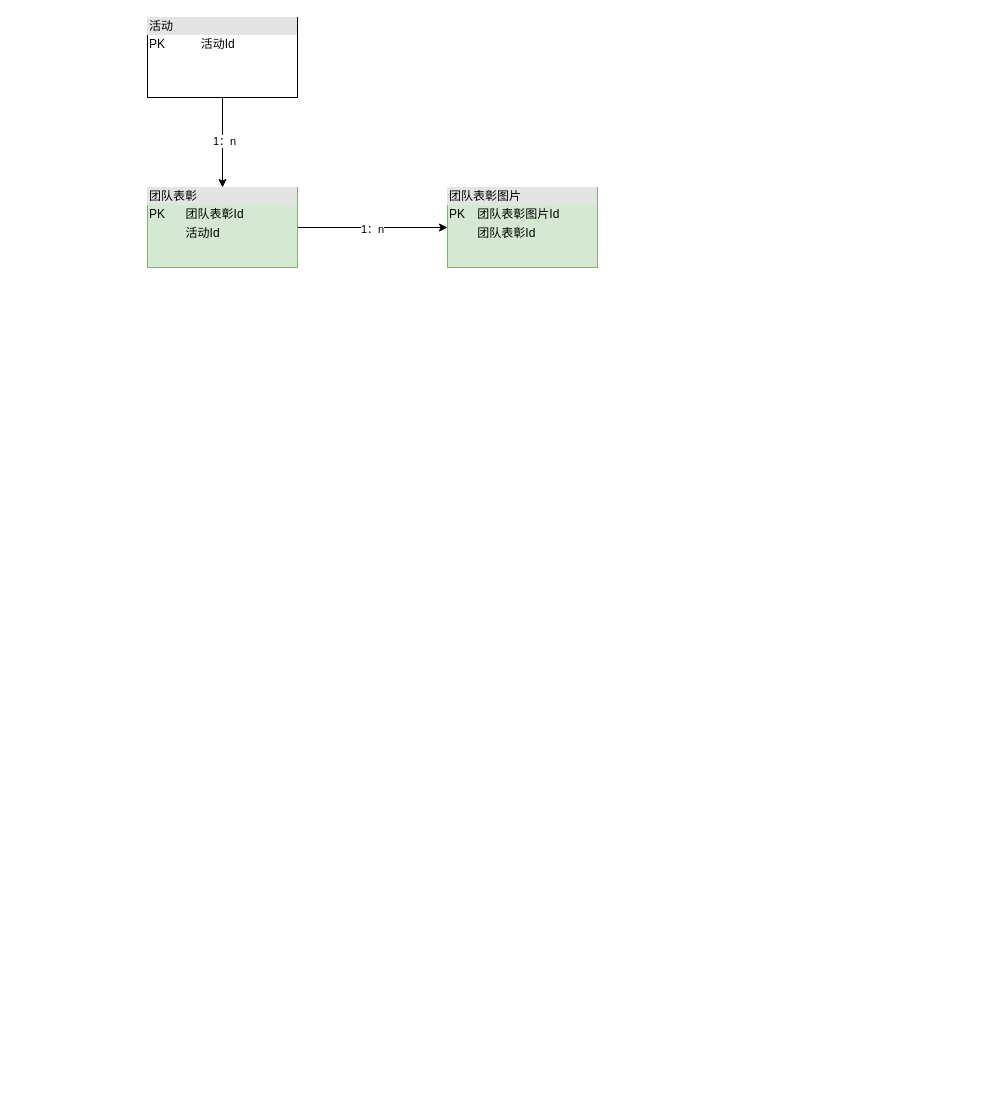
Before: 23_11迭代.drawio in mozhu33/Diagrams, a draw.io diagram. Source tidied: cells renumbered, new cells numbered last; positions are measured from the earlier drawing's top-left corner, leaving out a move shared by most shapes. Both pictures are drawn from the tidied source at 100%, with x=0, y=0 at pixel (147, 17).
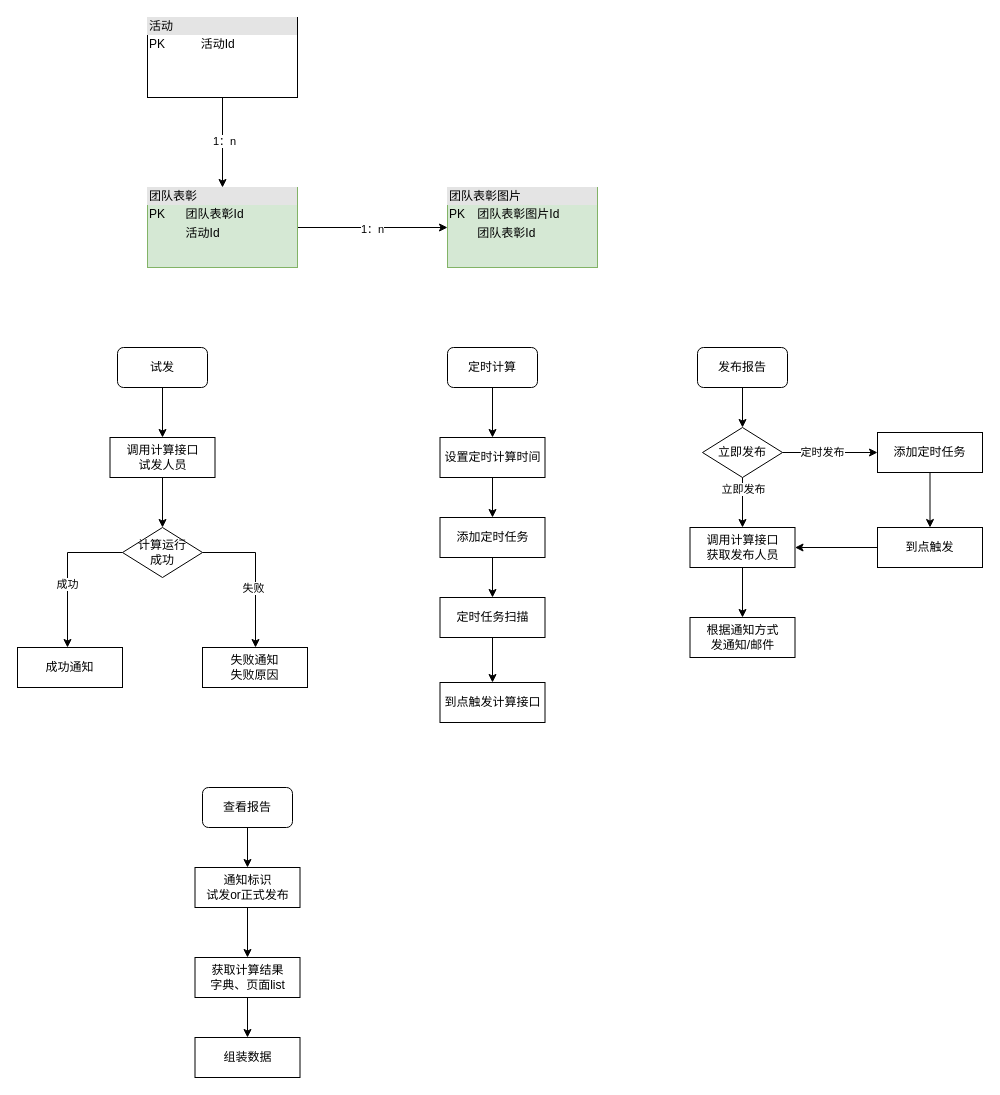
Above is the later version.

What changed in the source:
```diff
@@
+    <mxCell id="9" style="edgeStyle=orthogonalEdgeStyle;rounded=0;jettySize=auto;html=1;" parent="1" edge="1" source="10" target="12">
+      <mxGeometry relative="1" as="geometry" />
+    </mxCell>
+    <mxCell id="10" value="试发" style="rounded=1;whiteSpace=wrap;html=1;" parent="1" vertex="1">
+      <mxGeometry x="-30" y="330" width="90" height="40" as="geometry" />
+    </mxCell>
+    <mxCell id="11" style="edgeStyle=orthogonalEdgeStyle;rounded=0;jettySize=auto;html=1;" parent="1" edge="1" source="12" target="17">
+      <mxGeometry relative="1" as="geometry" />
+    </mxCell>
+    <mxCell id="12" value="调用计算接口&lt;br&gt;试发人员" style="rounded=0;whiteSpace=wrap;html=1;" parent="1" vertex="1">
+      <mxGeometry x="-37.5" y="420" width="105" height="40" as="geometry" />
+    </mxCell>
+    <mxCell id="13" style="edgeStyle=orthogonalEdgeStyle;rounded=0;jettySize=auto;html=1;" parent="1" edge="1" source="17" target="18">
+      <mxGeometry relative="1" as="geometry">
+        <Array as="points">
+          <mxPoint x="-80" y="535" />
+        </Array>
+      </mxGeometry>
+    </mxCell>
+    <mxCell id="14" value="成功" style="edgeLabel;html=1;align=center;verticalAlign=middle;" parent="13" vertex="1">
+      <mxGeometry x="0.15" y="-1" relative="1" as="geometry" />
+    </mxCell>
+    <mxCell id="15" style="edgeStyle=orthogonalEdgeStyle;rounded=0;jettySize=auto;html=1;" parent="1" edge="1" source="17" target="19">
+      <mxGeometry relative="1" as="geometry">
+        <Array as="points">
+          <mxPoint x="108" y="535" />
+        </Array>
+      </mxGeometry>
+    </mxCell>
+    <mxCell id="16" value="失败" style="edgeLabel;html=1;align=center;verticalAlign=middle;" parent="15" vertex="1">
+      <mxGeometry x="0.19" y="-3" relative="1" as="geometry" />
+    </mxCell>
+    <mxCell id="17" value="计算运行&lt;br&gt;成功" style="rhombus;whiteSpace=wrap;html=1;" parent="1" vertex="1">
+      <mxGeometry x="-25" y="510" width="80" height="50" as="geometry" />
+    </mxCell>
+    <mxCell id="18" value="成功通知" style="rounded=0;whiteSpace=wrap;html=1;" parent="1" vertex="1">
+      <mxGeometry x="-130" y="630" width="105" height="40" as="geometry" />
+    </mxCell>
+    <mxCell id="19" value="失败通知&lt;br&gt;失败原因" style="rounded=0;whiteSpace=wrap;html=1;" parent="1" vertex="1">
+      <mxGeometry x="55" y="630" width="105" height="40" as="geometry" />
+    </mxCell>
+    <mxCell id="20" style="edgeStyle=orthogonalEdgeStyle;rounded=0;jettySize=auto;html=1;" parent="1" edge="1" source="21" target="23">
+      <mxGeometry relative="1" as="geometry" />
+    </mxCell>
+    <mxCell id="21" value="定时计算" style="rounded=1;whiteSpace=wrap;html=1;" parent="1" vertex="1">
+      <mxGeometry x="300" y="330" width="90" height="40" as="geometry" />
+    </mxCell>
+    <mxCell id="22" style="edgeStyle=orthogonalEdgeStyle;rounded=0;jettySize=auto;html=1;" parent="1" edge="1" source="23" target="28">
+      <mxGeometry relative="1" as="geometry" />
+    </mxCell>
+    <mxCell id="23" value="设置定时计算时间" style="rounded=0;whiteSpace=wrap;html=1;" parent="1" vertex="1">
+      <mxGeometry x="292.5" y="420" width="105" height="40" as="geometry" />
+    </mxCell>
+    <mxCell id="24" style="edgeStyle=orthogonalEdgeStyle;rounded=0;jettySize=auto;html=1;" parent="1" edge="1" source="25" target="26">
+      <mxGeometry relative="1" as="geometry" />
+    </mxCell>
+    <mxCell id="25" value="定时任务扫描" style="rounded=0;whiteSpace=wrap;html=1;" parent="1" vertex="1">
+      <mxGeometry x="292.5" y="580" width="105" height="40" as="geometry" />
+    </mxCell>
+    <mxCell id="26" value="到点触发计算接口" style="rounded=0;whiteSpace=wrap;html=1;" parent="1" vertex="1">
+      <mxGeometry x="292.5" y="665" width="105" height="40" as="geometry" />
+    </mxCell>
+    <mxCell id="27" style="edgeStyle=orthogonalEdgeStyle;rounded=0;jettySize=auto;html=1;" parent="1" edge="1" source="28" target="25">
+      <mxGeometry relative="1" as="geometry" />
+    </mxCell>
+    <mxCell id="28" value="添加定时任务" style="rounded=0;whiteSpace=wrap;html=1;" parent="1" vertex="1">
+      <mxGeometry x="292.5" y="500" width="105" height="40" as="geometry" />
+    </mxCell>
+    <mxCell id="29" style="edgeStyle=orthogonalEdgeStyle;rounded=0;jettySize=auto;html=1;" parent="1" edge="1" source="30" target="37">
+      <mxGeometry relative="1" as="geometry" />
+    </mxCell>
+    <mxCell id="30" value="发布报告" style="rounded=1;whiteSpace=wrap;html=1;" parent="1" vertex="1">
+      <mxGeometry x="550" y="330" width="90" height="40" as="geometry" />
+    </mxCell>
+    <mxCell id="31" style="edgeStyle=orthogonalEdgeStyle;rounded=0;jettySize=auto;html=1;" parent="1" edge="1" source="32" target="38">
+      <mxGeometry relative="1" as="geometry" />
+    </mxCell>
+    <mxCell id="32" value="调用计算接口&lt;br&gt;获取发布人员" style="rounded=0;whiteSpace=wrap;html=1;" parent="1" vertex="1">
+      <mxGeometry x="542.5" y="510" width="105" height="40" as="geometry" />
+    </mxCell>
+    <mxCell id="33" style="edgeStyle=orthogonalEdgeStyle;rounded=0;jettySize=auto;html=1;" parent="1" edge="1" source="37" target="32">
+      <mxGeometry relative="1" as="geometry" />
+    </mxCell>
+    <mxCell id="34" value="立即发布" style="edgeLabel;html=1;align=center;verticalAlign=middle;" parent="33" vertex="1">
+      <mxGeometry x="-0.58" relative="1" as="geometry" />
+    </mxCell>
+    <mxCell id="35" style="edgeStyle=orthogonalEdgeStyle;rounded=0;jettySize=auto;html=1;" parent="1" edge="1" source="37" target="40">
+      <mxGeometry relative="1" as="geometry" />
+    </mxCell>
+    <mxCell id="36" value="定时发布" style="edgeLabel;html=1;align=center;verticalAlign=middle;" parent="35" vertex="1">
+      <mxGeometry x="-0.18" y="1" relative="1" as="geometry" />
+    </mxCell>
+    <mxCell id="37" value="立即发布" style="rhombus;whiteSpace=wrap;html=1;" parent="1" vertex="1">
+      <mxGeometry x="555" y="410" width="80" height="50" as="geometry" />
+    </mxCell>
+    <mxCell id="38" value="根据通知方式&lt;br&gt;发通知/邮件" style="rounded=0;whiteSpace=wrap;html=1;" parent="1" vertex="1">
+      <mxGeometry x="542.5" y="600" width="105" height="40" as="geometry" />
+    </mxCell>
+    <mxCell id="39" style="edgeStyle=orthogonalEdgeStyle;rounded=0;jettySize=auto;html=1;" parent="1" edge="1" source="40" target="42">
+      <mxGeometry relative="1" as="geometry" />
+    </mxCell>
+    <mxCell id="40" value="添加定时任务" style="rounded=0;whiteSpace=wrap;html=1;" parent="1" vertex="1">
+      <mxGeometry x="730" y="415" width="105" height="40" as="geometry" />
+    </mxCell>
+    <mxCell id="41" style="edgeStyle=orthogonalEdgeStyle;rounded=0;jettySize=auto;html=1;" parent="1" edge="1" source="42" target="32">
+      <mxGeometry relative="1" as="geometry" />
+    </mxCell>
+    <mxCell id="42" value="到点触发" style="rounded=0;whiteSpace=wrap;html=1;" parent="1" vertex="1">
+      <mxGeometry x="730" y="510" width="105" height="40" as="geometry" />
+    </mxCell>
+    <mxCell id="43" style="edgeStyle=orthogonalEdgeStyle;rounded=0;jettySize=auto;html=1;" parent="1" edge="1" source="44" target="46">
+      <mxGeometry relative="1" as="geometry" />
+    </mxCell>
+    <mxCell id="44" value="查看报告" style="rounded=1;whiteSpace=wrap;html=1;" parent="1" vertex="1">
+      <mxGeometry x="55" y="770" width="90" height="40" as="geometry" />
+    </mxCell>
+    <mxCell id="45" style="edgeStyle=orthogonalEdgeStyle;rounded=0;jettySize=auto;html=1;" parent="1" edge="1" source="46" target="48">
+      <mxGeometry relative="1" as="geometry" />
+    </mxCell>
+    <mxCell id="46" value="通知标识&lt;br&gt;试发or正式发布" style="rounded=0;whiteSpace=wrap;html=1;" parent="1" vertex="1">
+      <mxGeometry x="47.5" y="850" width="105" height="40" as="geometry" />
+    </mxCell>
+    <mxCell id="47" style="edgeStyle=orthogonalEdgeStyle;rounded=0;jettySize=auto;html=1;" parent="1" edge="1" source="48" target="49">
+      <mxGeometry relative="1" as="geometry" />
+    </mxCell>
+    <mxCell id="48" value="获取计算结果&lt;br&gt;字典、页面list" style="rounded=0;whiteSpace=wrap;html=1;" parent="1" vertex="1">
+      <mxGeometry x="47.5" y="940" width="105" height="40" as="geometry" />
+    </mxCell>
+    <mxCell id="49" value="组装数据" style="rounded=0;whiteSpace=wrap;html=1;" parent="1" vertex="1">
+      <mxGeometry x="47.5" y="1020" width="105" height="40" as="geometry" />
+    </mxCell>
```
